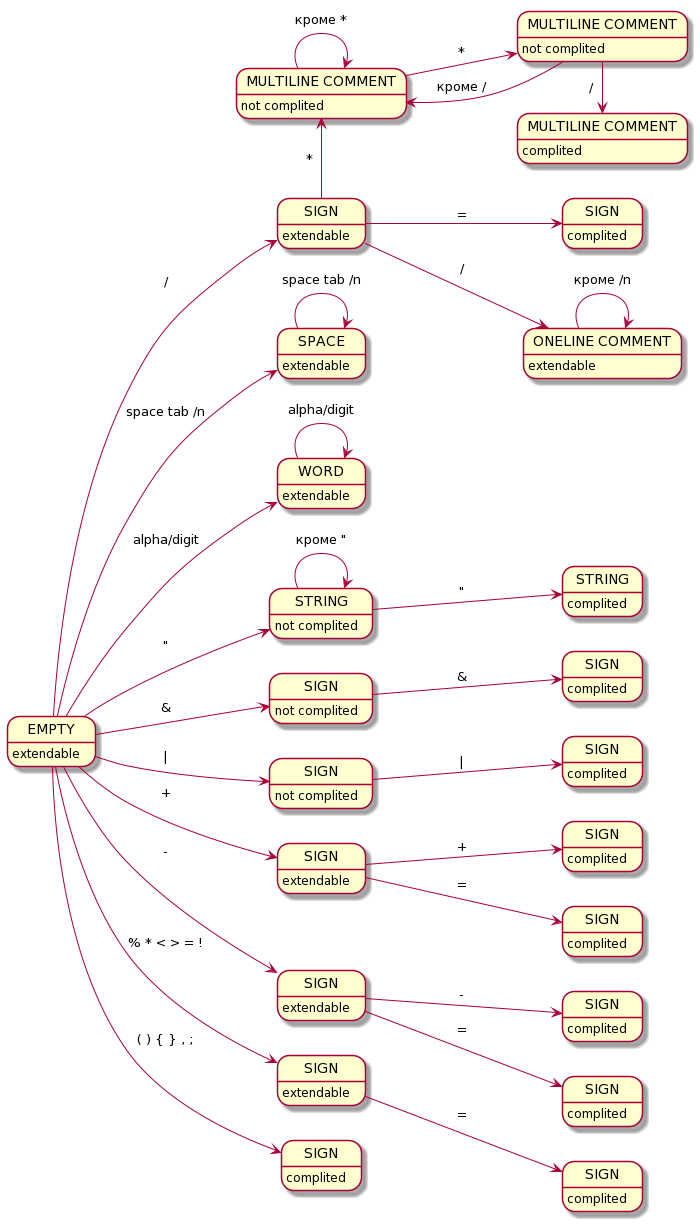
Earlier version of the PlantUML export img/lexeme/automat.png (AndreyBezverkhniy/KVM).
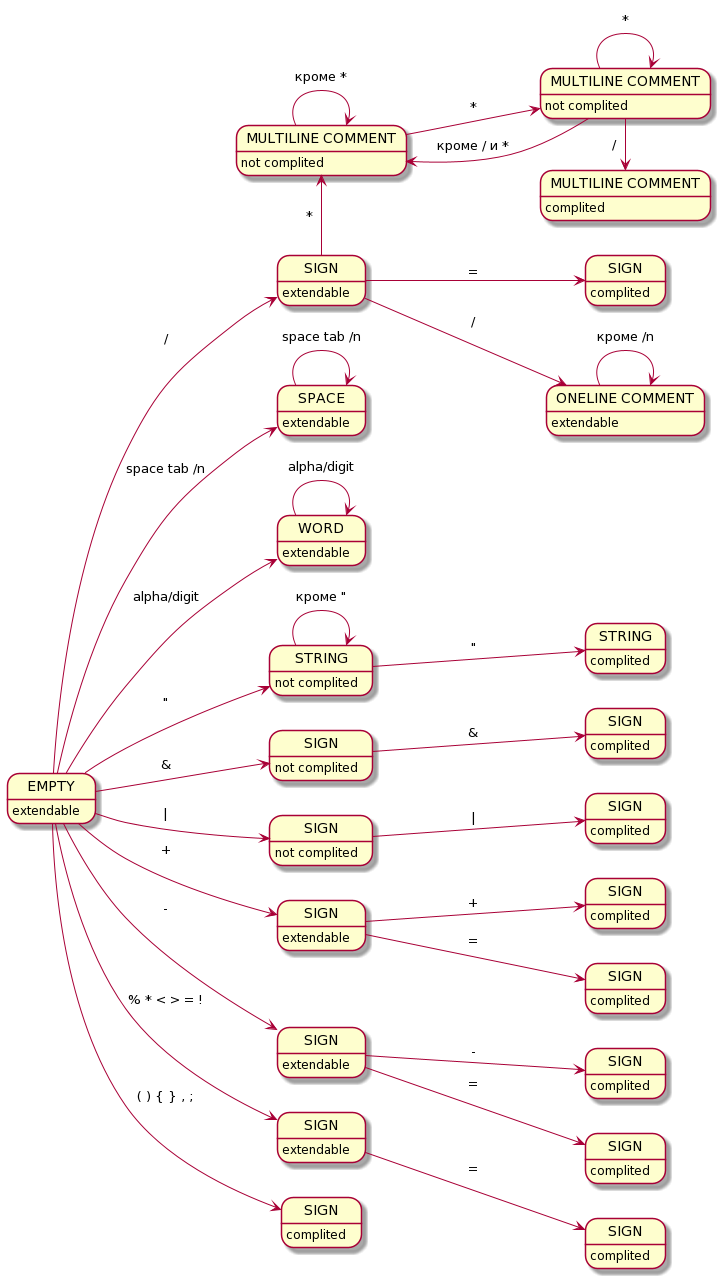
After the change.

Commit message:
spec/code: automat multiline /** --*--> /**

Diff of the diagram source:
```diff
@@ -83,6 +83,7 @@
 SLASHSTAR <- SLASH  : *
 SLASHSTAR --> SLASHSTAR : кроме *
 SLASHSTAR --> SLASHSTARSTAR : *
-SLASHSTARSTAR --> SLASHSTAR : кроме /
+SLASHSTARSTAR --> SLASHSTARSTAR : *
+SLASHSTARSTAR --> SLASHSTAR : кроме / и *
 SLASHSTARSTAR -> MULTILINE : /
 @enduml
```
